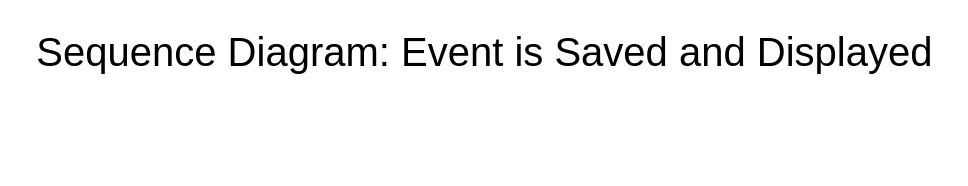
The draw.io diagram diagrams/Sequence_Diagram.drawio in martintara/kaffeknekt, before the edit. Source tidied: cells renumbered, new cells numbered last; positions are measured from the earlier drawing's top-left corner, leaving out a move shared by most shapes. Both pictures are drawn from the tidied source at 125%, with x=0, y=0 at pixel (21, 21).
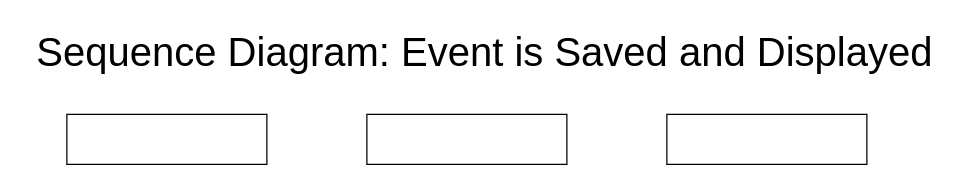
The same page after the edit.

The edit, as a diff of the source:
```diff
@@
 <mxGraphModel>
   <root>
     <mxCell id="0" />
     <mxCell id="1" parent="0" />
     <mxCell id="2" value="&lt;font style=&quot;font-size: 32px;&quot;&gt;Sequence Diagram: Event is Saved and Displayed&lt;/font&gt;" style="text;html=1;align=center;verticalAlign=middle;strokeColor=none;fillColor=none;" parent="1" vertex="1">
       <mxGeometry width="740" height="50" as="geometry" />
     </mxCell>
+    <mxCell id="3" style="rounded=0;whiteSpace=wrap;html=1;" parent="1" vertex="1">
+      <mxGeometry x="516" y="74" width="160" height="40" as="geometry" />
+    </mxCell>
+    <mxCell id="4" style="rounded=0;whiteSpace=wrap;html=1;" parent="1" vertex="1">
+      <mxGeometry x="36" y="74" width="160" height="40" as="geometry" />
+    </mxCell>
+    <mxCell id="5" style="rounded=0;whiteSpace=wrap;html=1;" parent="1" vertex="1">
+      <mxGeometry x="276" y="74" width="160" height="40" as="geometry" />
+    </mxCell>
   </root>
 </mxGraphModel>
```
